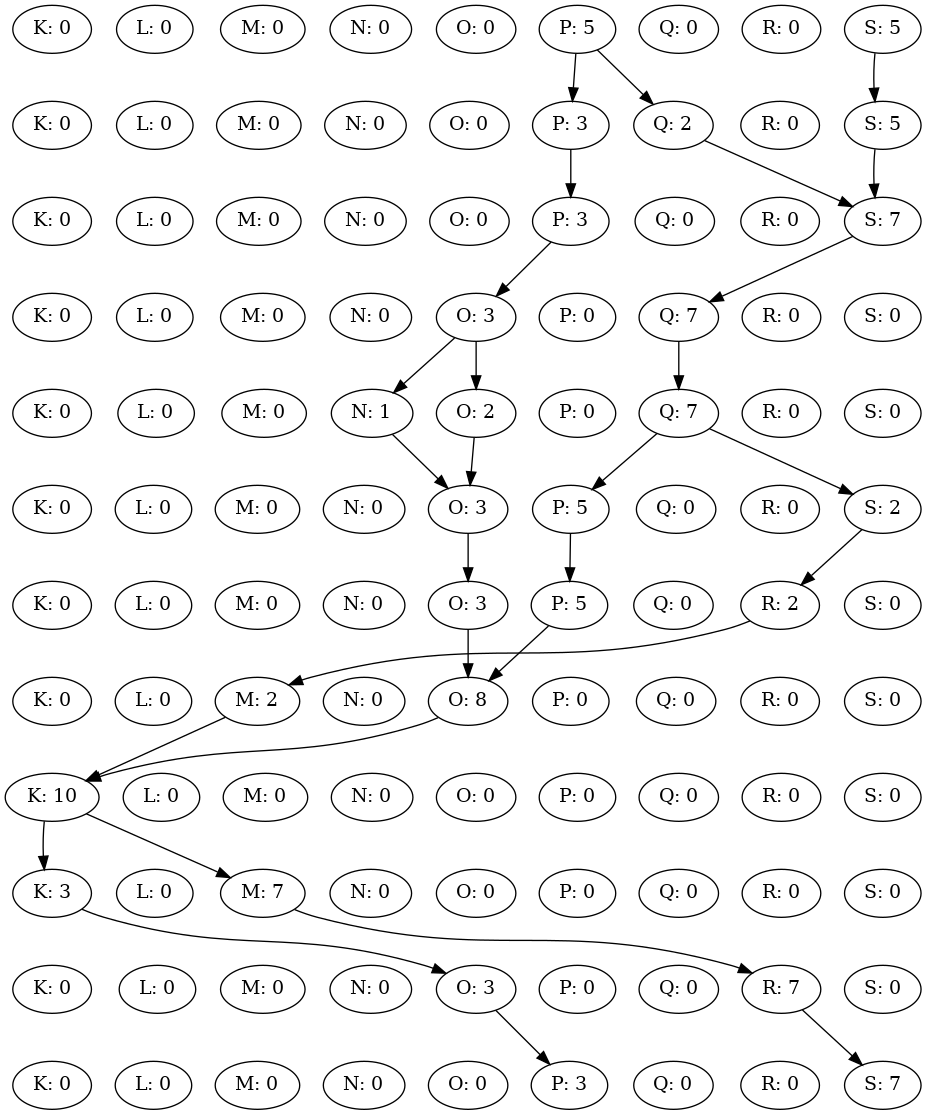
Before: patched.png, a diagram exported from Graphviz (TieneSabor/slugs_swarmPlanner). Its source is kept beside it as Patched.dot.
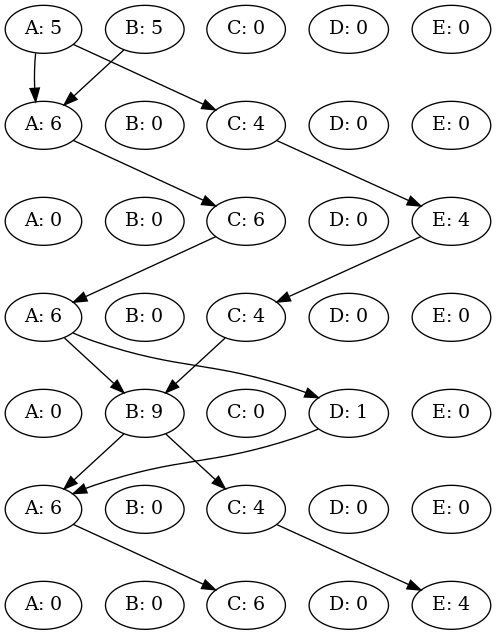
After the change.

Change to the diagram source:
```diff
@@ -1,141 +1,54 @@
 digraph {
-K0 [label="K: 0"];
-L0 [label="L: 0"];
-M0 [label="M: 0"];
-N0 [label="N: 0"];
-O0 [label="O: 0"];
-P0 [label="P: 5"];
-Q0 [label="Q: 0"];
-R0 [label="R: 0"];
-S0 [label="S: 5"];
-rank = same {K0 -> L0 -> M0 -> N0 -> O0 -> P0 -> Q0 -> R0 -> S0 [style=invis] }K1 [label="K: 0"];
-L1 [label="L: 0"];
-M1 [label="M: 0"];
-N1 [label="N: 0"];
-O1 [label="O: 0"];
-P1 [label="P: 3"];
-Q1 [label="Q: 2"];
-R1 [label="R: 0"];
-S1 [label="S: 5"];
-rank = same {K1 -> L1 -> M1 -> N1 -> O1 -> P1 -> Q1 -> R1 -> S1 [style=invis] }P0 -> P1
-P0 -> Q1
-S0 -> S1
-K2 [label="K: 0"];
-L2 [label="L: 0"];
-M2 [label="M: 0"];
-N2 [label="N: 0"];
-O2 [label="O: 0"];
-P2 [label="P: 3"];
-Q2 [label="Q: 0"];
-R2 [label="R: 0"];
-S2 [label="S: 7"];
-rank = same {K2 -> L2 -> M2 -> N2 -> O2 -> P2 -> Q2 -> R2 -> S2 [style=invis] }P1 -> P2
-Q1 -> S2
-S1 -> S2
-K3 [label="K: 0"];
-L3 [label="L: 0"];
-M3 [label="M: 0"];
-N3 [label="N: 0"];
-O3 [label="O: 3"];
-P3 [label="P: 0"];
-Q3 [label="Q: 7"];
-R3 [label="R: 0"];
-S3 [label="S: 0"];
-rank = same {K3 -> L3 -> M3 -> N3 -> O3 -> P3 -> Q3 -> R3 -> S3 [style=invis] }P2 -> O3
-S2 -> Q3
-K4 [label="K: 0"];
-L4 [label="L: 0"];
-M4 [label="M: 0"];
-N4 [label="N: 1"];
-O4 [label="O: 2"];
-P4 [label="P: 0"];
-Q4 [label="Q: 7"];
-R4 [label="R: 0"];
-S4 [label="S: 0"];
-rank = same {K4 -> L4 -> M4 -> N4 -> O4 -> P4 -> Q4 -> R4 -> S4 [style=invis] }O3 -> N4
-O3 -> O4
-Q3 -> Q4
-K5 [label="K: 0"];
-L5 [label="L: 0"];
-M5 [label="M: 0"];
-N5 [label="N: 0"];
-O5 [label="O: 3"];
-P5 [label="P: 5"];
-Q5 [label="Q: 0"];
-R5 [label="R: 0"];
-S5 [label="S: 2"];
-rank = same {K5 -> L5 -> M5 -> N5 -> O5 -> P5 -> Q5 -> R5 -> S5 [style=invis] }N4 -> O5
-O4 -> O5
-Q4 -> P5
-Q4 -> S5
-K6 [label="K: 0"];
-L6 [label="L: 0"];
-M6 [label="M: 0"];
-N6 [label="N: 0"];
-O6 [label="O: 3"];
-P6 [label="P: 5"];
-Q6 [label="Q: 0"];
-R6 [label="R: 2"];
-S6 [label="S: 0"];
-rank = same {K6 -> L6 -> M6 -> N6 -> O6 -> P6 -> Q6 -> R6 -> S6 [style=invis] }O5 -> O6
-P5 -> P6
-S5 -> R6
-K7 [label="K: 0"];
-L7 [label="L: 0"];
-M7 [label="M: 2"];
-N7 [label="N: 0"];
-O7 [label="O: 8"];
-P7 [label="P: 0"];
-Q7 [label="Q: 0"];
-R7 [label="R: 0"];
-S7 [label="S: 0"];
-rank = same {K7 -> L7 -> M7 -> N7 -> O7 -> P7 -> Q7 -> R7 -> S7 [style=invis] }O6 -> O7
-P6 -> O7
-R6 -> M7
-K8 [label="K: 10"];
-L8 [label="L: 0"];
-M8 [label="M: 0"];
-N8 [label="N: 0"];
-O8 [label="O: 0"];
-P8 [label="P: 0"];
-Q8 [label="Q: 0"];
-R8 [label="R: 0"];
-S8 [label="S: 0"];
-rank = same {K8 -> L8 -> M8 -> N8 -> O8 -> P8 -> Q8 -> R8 -> S8 [style=invis] }M7 -> K8
-O7 -> K8
-K9 [label="K: 3"];
-L9 [label="L: 0"];
-M9 [label="M: 7"];
-N9 [label="N: 0"];
-O9 [label="O: 0"];
-P9 [label="P: 0"];
-Q9 [label="Q: 0"];
-R9 [label="R: 0"];
-S9 [label="S: 0"];
-rank = same {K9 -> L9 -> M9 -> N9 -> O9 -> P9 -> Q9 -> R9 -> S9 [style=invis] }K8 -> K9
-K8 -> M9
-K10 [label="K: 0"];
-L10 [label="L: 0"];
-M10 [label="M: 0"];
-N10 [label="N: 0"];
-O10 [label="O: 3"];
-P10 [label="P: 0"];
-Q10 [label="Q: 0"];
-R10 [label="R: 7"];
-S10 [label="S: 0"];
-rank = same {K10 -> L10 -> M10 -> N10 -> O10 -> P10 -> Q10 -> R10 -> S10 [style=invis] }K9 -> O10
-M9 -> R10
-K11 [label="K: 0"];
-L11 [label="L: 0"];
-M11 [label="M: 0"];
-N11 [label="N: 0"];
-O11 [label="O: 0"];
-P11 [label="P: 3"];
-Q11 [label="Q: 0"];
-R11 [label="R: 0"];
-S11 [label="S: 7"];
-rank = same {K11 -> L11 -> M11 -> N11 -> O11 -> P11 -> Q11 -> R11 -> S11 [style=invis] }O10 -> P11
-R10 -> S11
-K0 -> K1 -> K2 -> K3 -> K4 -> K5 -> K6 -> K7 -> K8 -> K9 -> K10 -> K11 [ style=invis; weight=1000 ]
-S0 -> S1 -> S2 -> S3 -> S4 -> S5 -> S6 -> S7 -> S8 -> S9 -> S10 -> S11 [ style=invis; weight=1000 ]
+A0 [label="A: 5"];
+B0 [label="B: 5"];
+C0 [label="C: 0"];
+D0 [label="D: 0"];
+E0 [label="E: 0"];
+rank = same {A0 -> B0 -> C0 -> D0 -> E0 [style=invis] }A1 [label="A: 6"];
+B1 [label="B: 0"];
+C1 [label="C: 4"];
+D1 [label="D: 0"];
+E1 [label="E: 0"];
+rank = same {A1 -> B1 -> C1 -> D1 -> E1 [style=invis] }A0 -> A1
+A0 -> C1
+B0 -> A1
+A2 [label="A: 0"];
+B2 [label="B: 0"];
+C2 [label="C: 6"];
+D2 [label="D: 0"];
+E2 [label="E: 4"];
+rank = same {A2 -> B2 -> C2 -> D2 -> E2 [style=invis] }A1 -> C2
+C1 -> E2
+A3 [label="A: 6"];
+B3 [label="B: 0"];
+C3 [label="C: 4"];
+D3 [label="D: 0"];
+E3 [label="E: 0"];
+rank = same {A3 -> B3 -> C3 -> D3 -> E3 [style=invis] }C2 -> A3
+E2 -> C3
+A4 [label="A: 0"];
+B4 [label="B: 9"];
+C4 [label="C: 0"];
+D4 [label="D: 1"];
+E4 [label="E: 0"];
+rank = same {A4 -> B4 -> C4 -> D4 -> E4 [style=invis] }A3 -> B4
+A3 -> D4
+C3 -> B4
+A5 [label="A: 6"];
+B5 [label="B: 0"];
+C5 [label="C: 4"];
+D5 [label="D: 0"];
+E5 [label="E: 0"];
+rank = same {A5 -> B5 -> C5 -> D5 -> E5 [style=invis] }B4 -> A5
+B4 -> C5
+D4 -> A5
+A6 [label="A: 0"];
+B6 [label="B: 0"];
+C6 [label="C: 6"];
+D6 [label="D: 0"];
+E6 [label="E: 4"];
+rank = same {A6 -> B6 -> C6 -> D6 -> E6 [style=invis] }A5 -> C6
+C5 -> E6
+A0 -> A1 -> A2 -> A3 -> A4 -> A5 -> A6 [ style=invis; weight=1000 ]
+E0 -> E1 -> E2 -> E3 -> E4 -> E5 -> E6 [ style=invis; weight=1000 ]
 }
```
